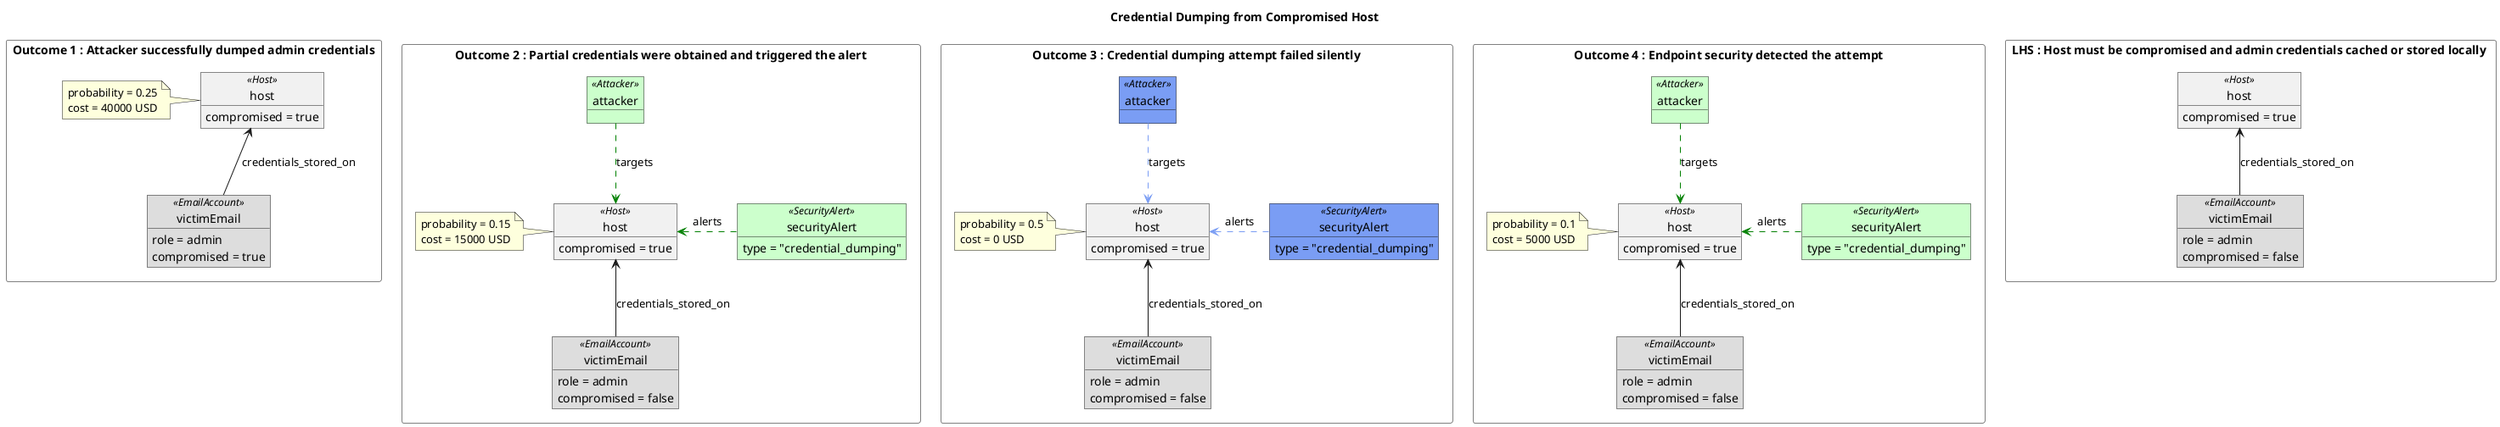
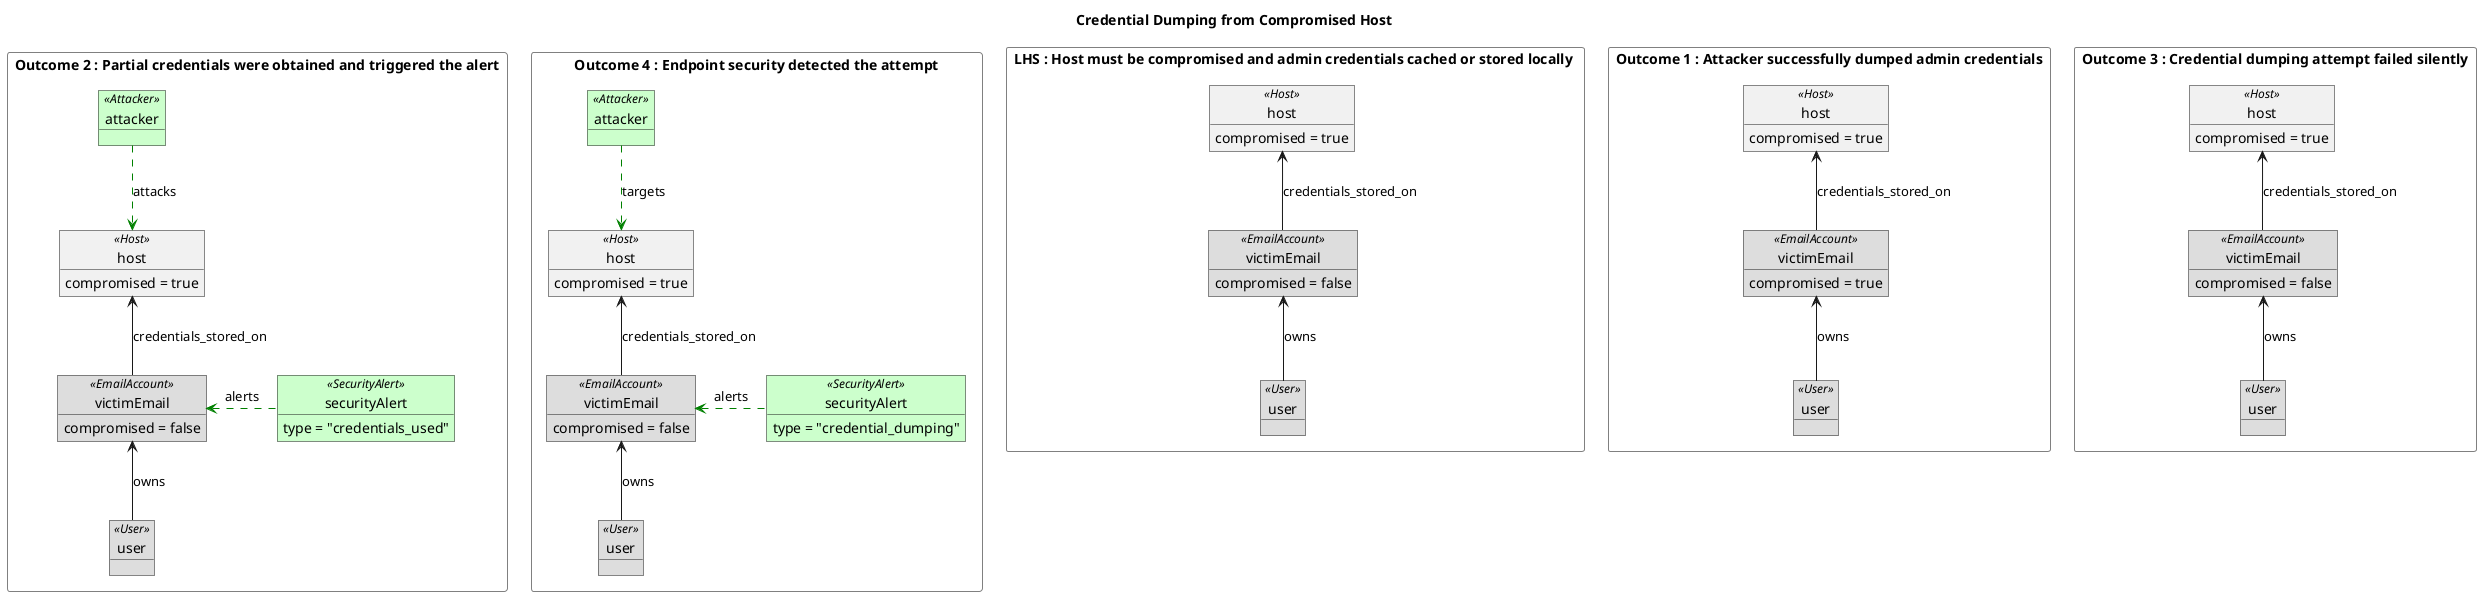
@startuml credential_dumping
title "Credential Dumping from Compromised Host"

top to bottom direction

rectangle "LHS : Host must be compromised and admin credentials cached or stored locally " as LHS_BOX #line:gray {

  object "victimEmail" as EmailAccount_lhs <<EmailAccount>> #dddddd{
-     role = admin
    compromised = false
  }
  object "host" as host_lhs  <<Host>> {
    compromised = true
  }

+   object "user" as user_lhs <<User>> #dddddd {
+   }
+   user_lhs -up-> EmailAccount_lhs : owns
  EmailAccount_lhs -up-> host_lhs : credentials_stored_on

}

rectangle "Outcome 1 : Attacker successfully dumped admin credentials" as OUTCOME_BOX_1 #line:gray {

  object "victimEmail" as EmailAccount1 <<EmailAccount>> #dddddd{
-     role = admin
    compromised = true
  }
  object "host" as host1  <<Host>> {
- 
    compromised = true
  }
- 
+     object "user" as user_1 <<User>> #dddddd {
+   }
+   user_1 -up-> EmailAccount1 : owns
  EmailAccount1 -up-> host1 : credentials_stored_on
-   note left of host1
-     probability = 0.25
-     cost = 40000 USD
-   end note

}

rectangle "Outcome 2 : Partial credentials were obtained and triggered the alert" as OUTCOME_BOX_2 #line:gray {

  object "victimEmail" as EmailAccount2 <<EmailAccount>> #dddddd{
-     role = admin
    compromised = false
  }
  object "host" as host2  <<Host>> {
    compromised = true
  }

  object "securityAlert" as securityAlert2 <<SecurityAlert>> #ccffcc {
-     type = "credential_dumping"
+     type = "credentials_used"
  }
+ 
+     object "user" as user_2 <<User>> #dddddd {
+   }
+   user_2 -up-> EmailAccount2 : owns
  object "attacker" as attacker2 <<Attacker>> #ccffcc
  EmailAccount2 -up-> host2 : credentials_stored_on
-   securityAlert2 -.[#green]left.-> host2 : alerts
-   attacker2 .[#green]down.> host2 : targets
-   note left of host2
-     probability = 0.15
-     cost = 15000 USD
-   end note
+   securityAlert2 -.[#green]left.-> EmailAccount2 : alerts
+   attacker2 .[#green]down.> host2 : attacks

}

rectangle "Outcome 3 : Credential dumping attempt failed silently" as OUTCOME_BOX_3 #line:gray {

  object "victimEmail" as EmailAccount3 <<EmailAccount>> #dddddd{
-     role = admin
    compromised = false
  }
  object "host" as host3  <<Host>> {
    compromised = true
  }
-   object "securityAlert" as securityAlert3 <<SecurityAlert>> #7a9df4 {
-     type = "credential_dumping"
+   object "user" as user_3 <<User>> #dddddd {
  }
- 
-   object "attacker" as attacker3 <<Attacker>> #7a9df4{
-   }
-   attacker3 .[#7a9df4]down.> host3 : targets
-   securityAlert3 -.[#7a9df4]left.-> host3 : alerts
+   user_3 -up-> EmailAccount3 : owns
  EmailAccount3 -up-> host3 : credentials_stored_on
- 
- 
-   note left of host3
-     probability = 0.5
-     cost = 0 USD
-   end note

}

rectangle "Outcome 4 : Endpoint security detected the attempt" as OUTCOME_BOX_4 #line:gray {

  object "victimEmail" as EmailAccount4 <<EmailAccount>> #dddddd{
-     role = admin
    compromised = false
  }
  object "host" as host4  <<Host>> {
    compromised = true
  }
  object "securityAlert" as securityAlert4 <<SecurityAlert>> #ccffcc {
    type = "credential_dumping"
  }
  EmailAccount4 -up-> host4 : credentials_stored_on

  object "attacker" as attacker4 <<Attacker>> #ccffcc{
  }
+     object "user" as user_4 <<User>> #dddddd {
+   }
+   user_4 -up-> EmailAccount4 : owns
  attacker4 .[#green]down.> host4 : targets
-   securityAlert4 -.[#green]left.-> host4 : alerts
-   note left of host4
-     probability = 0.1
-     cost = 5000 USD
-   end note
+   securityAlert4 -.[#green]left.-> EmailAccount4 : alerts

}
@enduml